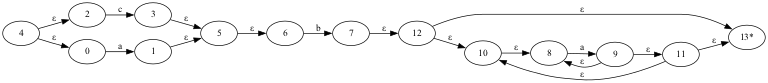
Earlier version of the Graphviz export afn.gv.png (AbrilPal/LabA_Compis). Its source is kept beside it as afn.gv. Source of this version:
```dot
digraph AFN {
	rankdir=LR size="8,5"
	4 [label=4]
	2 [label=2]
	3 [label=3]
	5 [label=5]
	6 [label=6]
	7 [label=7]
	12 [label=12]
	13 [label="13*"]
	10 [label=10]
	8 [label=8]
	9 [label=9]
	11 [label=11]
	0 [label=0]
	1 [label=1]
	4 -> 0 [label="ε"]
	4 -> 2 [label="ε"]
	2 -> 3 [label=c]
	3 -> 5 [label="ε"]
	5 -> 6 [label="ε"]
	6 -> 7 [label=b]
	7 -> 12 [label="ε"]
	12 -> 10 [label="ε"]
	12 -> 13 [label="ε"]
	10 -> 8 [label="ε"]
	8 -> 9 [label=a]
	9 -> 11 [label="ε"]
	9 -> 8 [label="ε"]
	11 -> 10 [label="ε"]
	11 -> 13 [label="ε"]
	0 -> 1 [label=a]
	1 -> 5 [label="ε"]
}
```
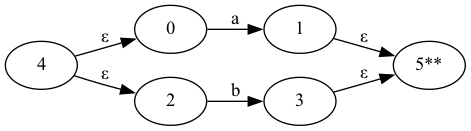
Later version of the same file.

What changed in the source:
```diff
@@ -1,34 +1,15 @@
 digraph AFN {
 	rankdir=LR size="8,5"
 	4 [label=4]
+	0 [label=0]
+	1 [label=1]
+	5 [label="5**"]
 	2 [label=2]
 	3 [label=3]
-	5 [label=5]
-	6 [label=6]
-	7 [label=7]
-	12 [label=12]
-	13 [label="13*"]
-	10 [label=10]
-	8 [label=8]
-	9 [label=9]
-	11 [label=11]
-	0 [label=0]
-	1 [label=1]
+	4 -> 2 [label="ε"]
 	4 -> 0 [label="ε"]
-	4 -> 2 [label="ε"]
-	2 -> 3 [label=c]
-	3 -> 5 [label="ε"]
-	5 -> 6 [label="ε"]
-	6 -> 7 [label=b]
-	7 -> 12 [label="ε"]
-	12 -> 10 [label="ε"]
-	12 -> 13 [label="ε"]
-	10 -> 8 [label="ε"]
-	8 -> 9 [label=a]
-	9 -> 11 [label="ε"]
-	9 -> 8 [label="ε"]
-	11 -> 10 [label="ε"]
-	11 -> 13 [label="ε"]
 	0 -> 1 [label=a]
 	1 -> 5 [label="ε"]
+	2 -> 3 [label=b]
+	3 -> 5 [label="ε"]
 }
```
